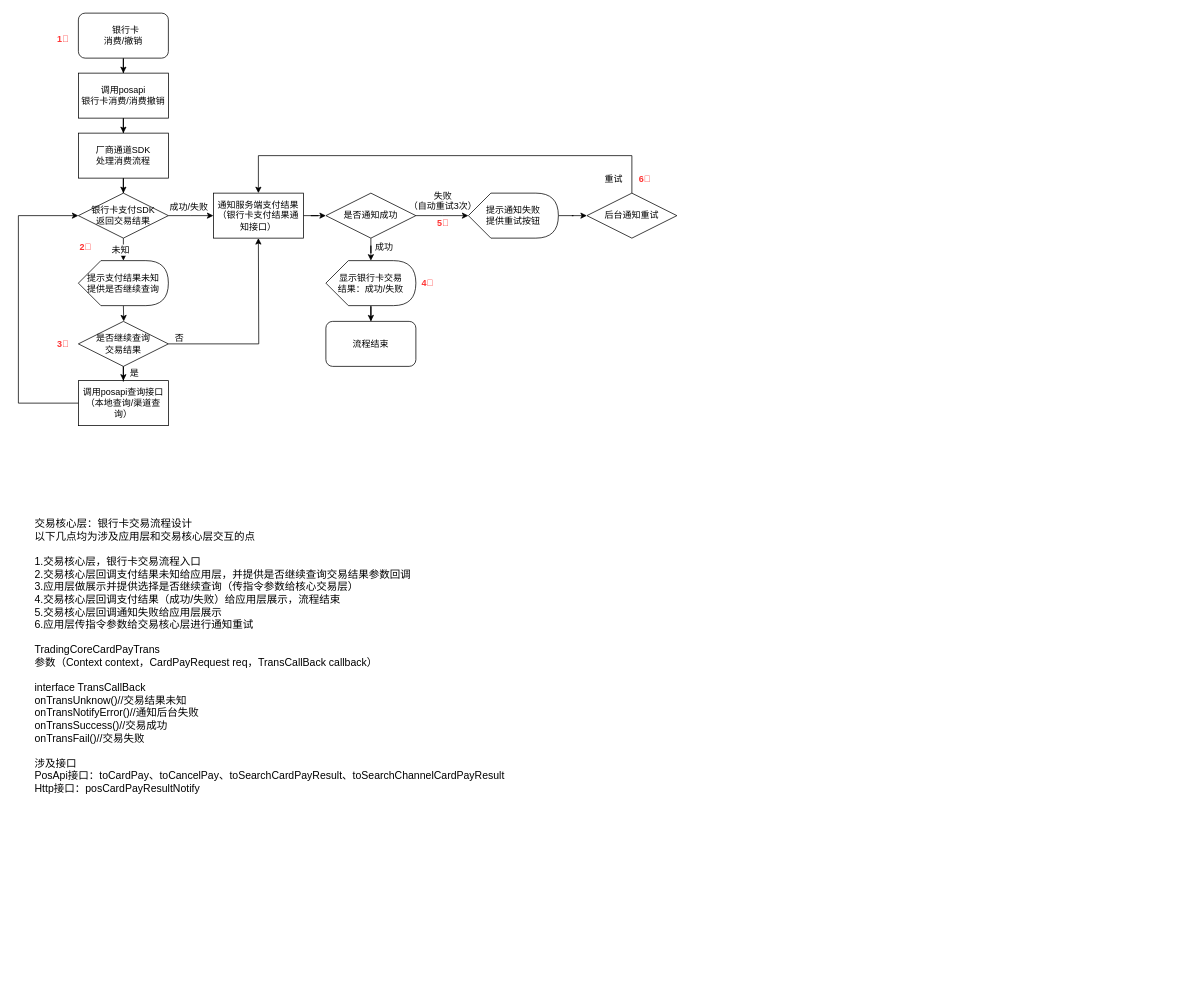
The draw.io diagram 银行卡交易流程.drawio in BigKarel/mind, before the edit. Source tidied: cells renumbered, new cells numbered last; positions are measured from the earlier drawing's top-left corner, leaving out a move shared by most shapes. Both pictures are drawn from the tidied source at 75%, with x=0, y=0 at pixel (18, 13).
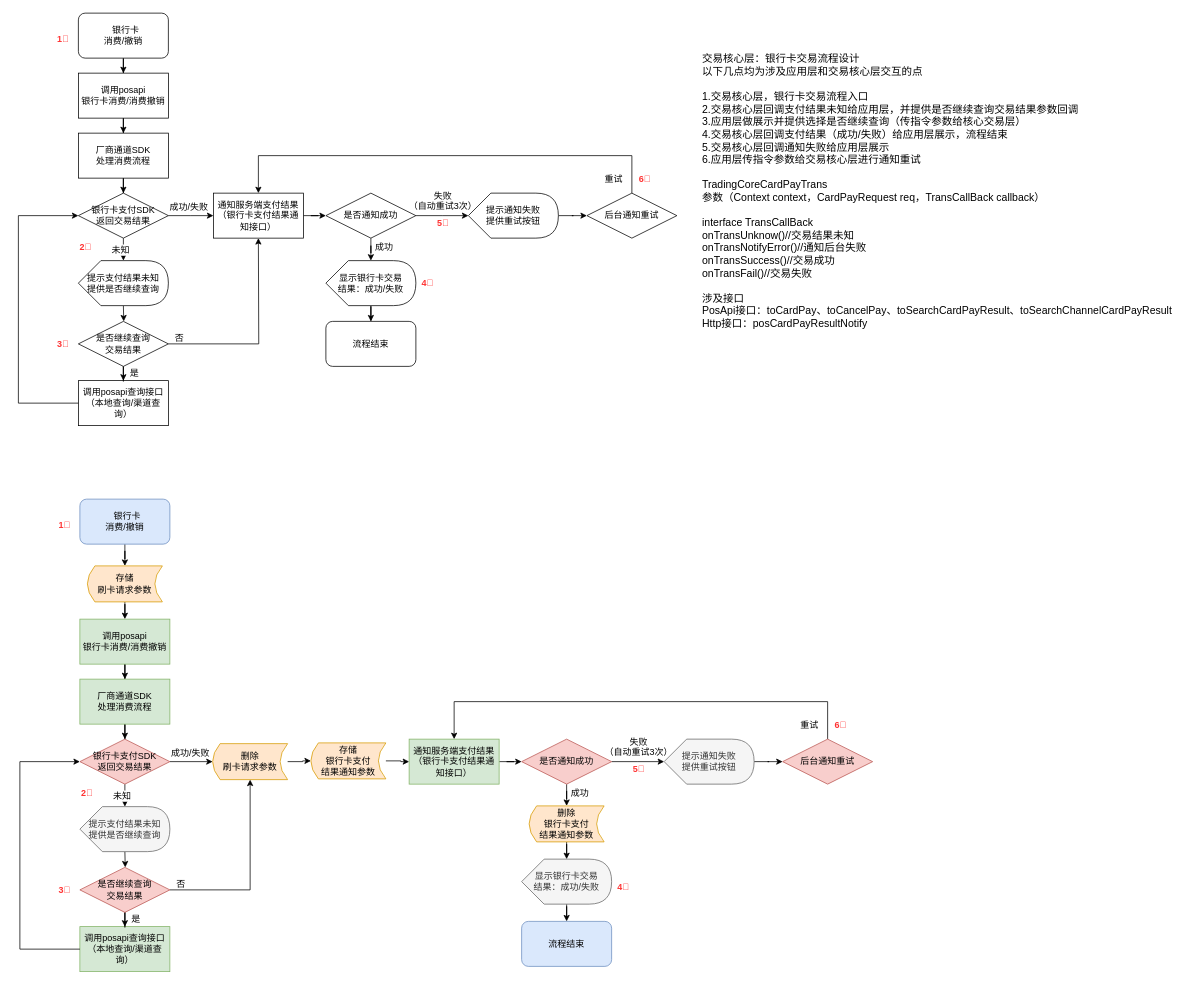
The same page after the edit.

Commit message:
Update 银行卡交易流程.drawio

The edit, as a diff of the source:
```diff
@@
-    <mxCell id="34" value="交易核心层：银行卡交易流程设计&amp;nbsp; &amp;nbsp; &amp;nbsp; &amp;nbsp; &amp;nbsp; &amp;nbsp; &amp;nbsp; &amp;nbsp; &amp;nbsp; &amp;nbsp; &amp;nbsp; &amp;nbsp; &amp;nbsp; &amp;nbsp; &amp;nbsp; &amp;nbsp; &amp;nbsp; &amp;nbsp; &amp;nbsp; &amp;nbsp; &amp;nbsp; &amp;nbsp; &amp;nbsp; &amp;nbsp; &amp;nbsp; &amp;nbsp; &amp;nbsp; &amp;nbsp; &amp;nbsp; &amp;nbsp; &amp;nbsp; &amp;nbsp; &amp;nbsp; &amp;nbsp; &amp;nbsp; &amp;nbsp; &amp;nbsp; &amp;nbsp; &amp;nbsp; &amp;nbsp; &amp;nbsp; &amp;nbsp; &amp;nbsp; &amp;nbsp; &amp;nbsp; &amp;nbsp;&amp;nbsp;&lt;br style=&quot;font-size: 14px&quot;&gt;以下几点均为涉及应用层和交易核心层交互的点&lt;br style=&quot;font-size: 14px&quot;&gt;&lt;br style=&quot;font-size: 14px&quot;&gt;1.交易核心层，银行卡交易流程入口&lt;br style=&quot;font-size: 14px&quot;&gt;2.交易核心层回调支付结果未知给应用层，并提供是否继续查询交易结果参数回调&lt;br style=&quot;font-size: 14px&quot;&gt;3.应用层做展示并提供选择是否继续查询（传指令参数给核心交易层）&lt;br style=&quot;font-size: 14px&quot;&gt;4.交易核心层回调支付结果（成功/失败）给应用层展示，流程结束&lt;br style=&quot;font-size: 14px&quot;&gt;5.交易核心层回调通知失败给应用层展示&lt;br style=&quot;font-size: 14px&quot;&gt;6.应用层传指令参数给交易核心层进行通知重试&lt;br&gt;&lt;br&gt;TradingCoreCardPayTrans&lt;br&gt;参数（Context context，CardPayRequest req，TransCallBack callback）&lt;br&gt;&lt;br&gt;interface TransCallBack&lt;br&gt;onTransUnknow()//交易结果未知&lt;br&gt;onTransNotifyError()//通知后台失败&lt;br&gt;onTransSuccess()//交易成功&lt;br&gt;onTransFail()//交易失败&lt;br&gt;&lt;br&gt;涉及接口&lt;br&gt;PosApi接口：&lt;span&gt;toCardPay、&lt;/span&gt;&lt;span&gt;toCancelPay、&lt;/span&gt;&lt;span&gt;toSearchCardPayResult、&lt;/span&gt;&lt;span&gt;toSearchChannelCardPayResult&lt;br&gt;&lt;/span&gt;Http接口：&lt;span&gt;posCardPayResultNotify&lt;br&gt;&lt;/span&gt;&lt;br&gt;&lt;br&gt;&lt;br&gt;&lt;br&gt;&lt;br&gt;&lt;br&gt;&lt;br&gt;&lt;br&gt;&lt;br&gt;" style="text;html=1;align=left;verticalAlign=top;spacingTop=-4;fontSize=14;" parent="1" vertex="1">
-      <mxGeometry x="20" y="670" width="640" height="530" as="geometry" />
+    <mxCell id="34" value="交易核心层：银行卡交易流程设计&amp;nbsp; &amp;nbsp; &amp;nbsp; &amp;nbsp; &amp;nbsp; &amp;nbsp; &amp;nbsp; &amp;nbsp; &amp;nbsp; &amp;nbsp; &amp;nbsp; &amp;nbsp; &amp;nbsp; &amp;nbsp; &amp;nbsp; &amp;nbsp; &amp;nbsp; &amp;nbsp; &amp;nbsp; &amp;nbsp; &amp;nbsp; &amp;nbsp; &amp;nbsp; &amp;nbsp; &amp;nbsp; &amp;nbsp; &amp;nbsp; &amp;nbsp; &amp;nbsp; &amp;nbsp; &amp;nbsp; &amp;nbsp; &amp;nbsp; &amp;nbsp; &amp;nbsp; &amp;nbsp; &amp;nbsp; &amp;nbsp; &amp;nbsp; &amp;nbsp; &amp;nbsp; &amp;nbsp; &amp;nbsp; &amp;nbsp; &amp;nbsp; &amp;nbsp;&amp;nbsp;&lt;br style=&quot;font-size: 14px&quot;&gt;以下几点均为涉及应用层和交易核心层交互的点&lt;br style=&quot;font-size: 14px&quot;&gt;&lt;br style=&quot;font-size: 14px&quot;&gt;1.交易核心层，银行卡交易流程入口&lt;br style=&quot;font-size: 14px&quot;&gt;2.交易核心层回调支付结果未知给应用层，并提供是否继续查询交易结果参数回调&lt;br style=&quot;font-size: 14px&quot;&gt;3.应用层做展示并提供选择是否继续查询（传指令参数给核心交易层）&lt;br style=&quot;font-size: 14px&quot;&gt;4.交易核心层回调支付结果（成功/失败）给应用层展示，流程结束&lt;br style=&quot;font-size: 14px&quot;&gt;5.交易核心层回调通知失败给应用层展示&lt;br style=&quot;font-size: 14px&quot;&gt;6.应用层传指令参数给交易核心层进行通知重试&lt;br&gt;&lt;br&gt;TradingCoreCardPayTrans&lt;br&gt;参数（Context context，CardPayRequest req，TransCallBack callback）&lt;br&gt;&lt;br&gt;interface TransCallBack&lt;br&gt;onTransUnknow()//交易结果未知&lt;br&gt;onTransNotifyError()//通知后台失败&lt;br&gt;onTransSuccess()//交易成功&lt;br&gt;onTransFail()//交易失败&lt;br&gt;&lt;br&gt;涉及接口&lt;br&gt;PosApi接口：&lt;span&gt;toCardPay、&lt;/span&gt;&lt;span&gt;toCancelPay、&lt;/span&gt;&lt;span&gt;toSearchCardPayResult、&lt;/span&gt;&lt;span&gt;toSearchChannelCardPayResult&lt;br&gt;&lt;/span&gt;Http接口：&lt;span&gt;posCardPayResultNotify&lt;br&gt;&lt;/span&gt;&lt;br&gt;&lt;br&gt;&lt;br&gt;" style="text;html=1;align=left;verticalAlign=top;spacingTop=-4;fontSize=14;" parent="1" vertex="1">
+      <mxGeometry x="910" y="50" width="640" height="430" as="geometry" />
     </mxCell>
@@
+    <mxCell id="44" style="edgeStyle=orthogonalEdgeStyle;rounded=0;jettySize=auto;html=1;" parent="1" edge="1" source="45" target="86">
+      <mxGeometry relative="1" as="geometry" />
+    </mxCell>
+    <mxCell id="45" value="&amp;nbsp; 银行卡&lt;br&gt;消费/撤销&lt;br&gt;" style="rounded=1;whiteSpace=wrap;html=1;fillColor=#dae8fc;strokeColor=#6c8ebf;" parent="1" vertex="1">
+      <mxGeometry x="82" y="648" width="120" height="60" as="geometry" />
+    </mxCell>
+    <mxCell id="46" style="edgeStyle=orthogonalEdgeStyle;rounded=0;jettySize=auto;html=1;" parent="1" edge="1" source="47" target="49">
+      <mxGeometry relative="1" as="geometry" />
+    </mxCell>
+    <mxCell id="47" value="调用posapi&lt;br&gt;银行卡消费/消费撤销&lt;br&gt;" style="rounded=0;whiteSpace=wrap;html=1;fillColor=#d5e8d4;strokeColor=#82b366;" parent="1" vertex="1">
+      <mxGeometry x="82" y="808" width="120" height="60" as="geometry" />
+    </mxCell>
+    <mxCell id="48" style="edgeStyle=orthogonalEdgeStyle;rounded=0;jettySize=auto;html=1;" parent="1" edge="1" source="49" target="53">
+      <mxGeometry relative="1" as="geometry" />
+    </mxCell>
+    <mxCell id="49" value="厂商通道SDK&lt;br&gt;处理消费流程" style="rounded=0;whiteSpace=wrap;html=1;fillColor=#d5e8d4;strokeColor=#82b366;" parent="1" vertex="1">
+      <mxGeometry x="82" y="888" width="120" height="60" as="geometry" />
+    </mxCell>
+    <mxCell id="50" style="edgeStyle=orthogonalEdgeStyle;rounded=0;jettySize=auto;html=1;" parent="1" edge="1" source="53">
+      <mxGeometry relative="1" as="geometry">
+        <mxPoint x="142" y="1058" as="targetPoint" />
+      </mxGeometry>
+    </mxCell>
+    <mxCell id="51" value="未知" style="text;html=1;align=center;verticalAlign=middle;labelBackgroundColor=#ffffff;" parent="50" vertex="1">
+      <mxGeometry x="0.07" y="5" relative="1" as="geometry">
+        <mxPoint x="-10" y="-1" as="offset" />
+      </mxGeometry>
+    </mxCell>
+    <mxCell id="52" style="edgeStyle=orthogonalEdgeStyle;rounded=0;jettySize=auto;html=1;entryX=0;entryY=0.5;entryDx=0;entryDy=0;" parent="1" edge="1" source="53" target="88">
+      <mxGeometry relative="1" as="geometry" />
+    </mxCell>
+    <mxCell id="53" value="银行卡支付SDK&lt;br&gt;返回交易结果&lt;br&gt;" style="rhombus;whiteSpace=wrap;html=1;fillColor=#f8cecc;strokeColor=#b85450;" parent="1" vertex="1">
+      <mxGeometry x="82" y="968" width="120" height="60" as="geometry" />
+    </mxCell>
+    <mxCell id="54" value="调用posapi查询接口&lt;br&gt;（本地查询/渠道查询）&lt;br&gt;" style="rounded=0;whiteSpace=wrap;html=1;fillColor=#d5e8d4;strokeColor=#82b366;" parent="1" vertex="1">
+      <mxGeometry x="82" y="1218" width="120" height="60" as="geometry" />
+    </mxCell>
+    <mxCell id="55" style="edgeStyle=orthogonalEdgeStyle;rounded=0;jettySize=auto;html=1;" parent="1" edge="1" target="59">
+      <mxGeometry relative="1" as="geometry">
+        <mxPoint x="142" y="1118" as="sourcePoint" />
+      </mxGeometry>
+    </mxCell>
+    <mxCell id="56" style="edgeStyle=orthogonalEdgeStyle;rounded=0;jettySize=auto;html=1;entryX=0.5;entryY=1;entryDx=0;entryDy=0;" parent="1" edge="1" source="59" target="88">
+      <mxGeometry relative="1" as="geometry" />
+    </mxCell>
+    <mxCell id="57" style="edgeStyle=orthogonalEdgeStyle;rounded=0;jettySize=auto;html=1;entryX=0;entryY=0.5;entryDx=0;entryDy=0;exitX=0;exitY=0.5;exitDx=0;exitDy=0;" parent="1" edge="1" source="54" target="53">
+      <mxGeometry relative="1" as="geometry">
+        <Array as="points">
+          <mxPoint x="2" y="1248" />
+          <mxPoint x="2" y="998" />
+        </Array>
+      </mxGeometry>
+    </mxCell>
+    <mxCell id="58" style="edgeStyle=orthogonalEdgeStyle;rounded=0;jettySize=auto;html=1;" parent="1" edge="1" source="59" target="54">
+      <mxGeometry relative="1" as="geometry" />
+    </mxCell>
+    <mxCell id="59" value="是否继续查询&lt;br&gt;交易结果&lt;br&gt;" style="rhombus;whiteSpace=wrap;html=1;fillColor=#f8cecc;strokeColor=#b85450;" parent="1" vertex="1">
+      <mxGeometry x="82" y="1139" width="120" height="60" as="geometry" />
+    </mxCell>
+    <mxCell id="60" value="否" style="text;html=1;align=left;verticalAlign=top;spacingTop=-4;" parent="1" vertex="1">
+      <mxGeometry x="209" y="1151" width="30" height="20" as="geometry" />
+    </mxCell>
+    <mxCell id="61" value="是" style="text;html=1;align=left;verticalAlign=top;spacingTop=-4;" parent="1" vertex="1">
+      <mxGeometry x="149" y="1198" width="30" height="20" as="geometry" />
+    </mxCell>
+    <mxCell id="62" value="&lt;span&gt;提示支付结果未知&lt;/span&gt;&lt;br&gt;&lt;span&gt;提供是否继续查询&lt;/span&gt;&lt;span&gt;&lt;br&gt;&lt;/span&gt;" style="shape=display;whiteSpace=wrap;html=1;fillColor=#f5f5f5;strokeColor=#666666;fontColor=#333333;" parent="1" vertex="1">
+      <mxGeometry x="82" y="1058" width="120" height="60" as="geometry" />
+    </mxCell>
+    <mxCell id="63" value="成功/失败" style="text;html=1;align=left;verticalAlign=top;spacingTop=-4;" parent="1" vertex="1">
+      <mxGeometry x="202" y="977" width="70" height="20" as="geometry" />
+    </mxCell>
+    <mxCell id="64" style="edgeStyle=orthogonalEdgeStyle;rounded=0;jettySize=auto;html=1;" parent="1" edge="1" source="66">
+      <mxGeometry relative="1" as="geometry">
+        <mxPoint x="861" y="998" as="targetPoint" />
+      </mxGeometry>
+    </mxCell>
+    <mxCell id="65" style="edgeStyle=orthogonalEdgeStyle;rounded=0;jettySize=auto;html=1;" parent="1" edge="1" source="66" target="92">
+      <mxGeometry relative="1" as="geometry" />
+    </mxCell>
+    <mxCell id="66" value="是否通知成功" style="rhombus;whiteSpace=wrap;html=1;fillColor=#f8cecc;strokeColor=#b85450;" parent="1" vertex="1">
+      <mxGeometry x="671" y="968" width="120" height="60" as="geometry" />
+    </mxCell>
+    <mxCell id="67" value="成功" style="text;html=1;align=left;verticalAlign=top;spacingTop=-4;" parent="1" vertex="1">
+      <mxGeometry x="735" y="1030" width="40" height="20" as="geometry" />
+    </mxCell>
+    <mxCell id="68" style="edgeStyle=orthogonalEdgeStyle;rounded=0;jettySize=auto;html=1;" parent="1" edge="1" source="69" target="66">
+      <mxGeometry relative="1" as="geometry" />
+    </mxCell>
+    <mxCell id="69" value="通知服务端支付结果（银行卡支付结果通知接口）" style="rounded=0;whiteSpace=wrap;html=1;fillColor=#d5e8d4;strokeColor=#82b366;" parent="1" vertex="1">
+      <mxGeometry x="521" y="968" width="120" height="60" as="geometry" />
+    </mxCell>
+    <mxCell id="70" value="失败&lt;br&gt;（自动重试3次）" style="text;html=1;align=center;verticalAlign=top;spacingTop=-4;" parent="1" vertex="1">
+      <mxGeometry x="772" y="962" width="110" height="30" as="geometry" />
+    </mxCell>
+    <mxCell id="71" style="edgeStyle=orthogonalEdgeStyle;rounded=0;jettySize=auto;html=1;" parent="1" edge="1" source="72" target="73">
+      <mxGeometry relative="1" as="geometry" />
+    </mxCell>
+    <mxCell id="72" value="显示银行卡交易&lt;br&gt;结果：成功/失败&lt;span&gt;&lt;br&gt;&lt;/span&gt;" style="shape=display;whiteSpace=wrap;html=1;fillColor=#f5f5f5;strokeColor=#666666;fontColor=#333333;" parent="1" vertex="1">
+      <mxGeometry x="671" y="1128" width="120" height="60" as="geometry" />
+    </mxCell>
+    <mxCell id="73" value="流程结束&lt;br&gt;" style="rounded=1;whiteSpace=wrap;html=1;fillColor=#dae8fc;strokeColor=#6c8ebf;" parent="1" vertex="1">
+      <mxGeometry x="671" y="1211" width="120" height="60" as="geometry" />
+    </mxCell>
+    <mxCell id="74" value="&lt;b&gt;&lt;font color=&quot;#ff3333&quot;&gt;1⃣️&lt;br&gt;&lt;/font&gt;&lt;/b&gt;" style="text;html=1;align=left;verticalAlign=top;spacingTop=-4;" parent="1" vertex="1">
+      <mxGeometry x="52" y="673" width="30" height="20" as="geometry" />
+    </mxCell>
+    <mxCell id="75" value="&lt;b&gt;&lt;font color=&quot;#ff3333&quot;&gt;2⃣️&lt;/font&gt;&lt;/b&gt;" style="text;html=1;align=left;verticalAlign=top;spacingTop=-4;" parent="1" vertex="1">
+      <mxGeometry x="82" y="1030" width="30" height="20" as="geometry" />
+    </mxCell>
+    <mxCell id="76" value="&lt;b&gt;&lt;font color=&quot;#ff3333&quot;&gt;3⃣️&lt;/font&gt;&lt;/b&gt;" style="text;html=1;align=left;verticalAlign=top;spacingTop=-4;" parent="1" vertex="1">
+      <mxGeometry x="52" y="1159" width="30" height="20" as="geometry" />
+    </mxCell>
+    <mxCell id="77" value="&lt;b&gt;&lt;font color=&quot;#ff3333&quot;&gt;4⃣️&lt;/font&gt;&lt;/b&gt;" style="text;html=1;align=left;verticalAlign=top;spacingTop=-4;" parent="1" vertex="1">
+      <mxGeometry x="797" y="1155" width="30" height="20" as="geometry" />
+    </mxCell>
+    <mxCell id="78" style="edgeStyle=orthogonalEdgeStyle;rounded=0;jettySize=auto;html=1;" parent="1" edge="1" source="79" target="82">
+      <mxGeometry relative="1" as="geometry" />
+    </mxCell>
+    <mxCell id="79" value="&lt;span&gt;提示通知失败&lt;br&gt;&lt;/span&gt;&lt;span&gt;提供重试按钮&lt;br&gt;&lt;/span&gt;" style="shape=display;whiteSpace=wrap;html=1;fillColor=#f5f5f5;strokeColor=#666666;fontColor=#333333;" parent="1" vertex="1">
+      <mxGeometry x="861" y="968" width="120" height="60" as="geometry" />
+    </mxCell>
+    <mxCell id="80" value="&lt;font color=&quot;#ff3333&quot;&gt;&lt;b&gt;5⃣️&lt;/b&gt;&lt;/font&gt;" style="text;html=1;align=center;verticalAlign=top;spacingTop=-4;" parent="1" vertex="1">
+      <mxGeometry x="812" y="998" width="30" height="20" as="geometry" />
+    </mxCell>
+    <mxCell id="81" style="edgeStyle=orthogonalEdgeStyle;rounded=0;jettySize=auto;html=1;entryX=0.5;entryY=0;entryDx=0;entryDy=0;" parent="1" edge="1" source="82" target="69">
+      <mxGeometry relative="1" as="geometry">
+        <Array as="points">
+          <mxPoint x="1079" y="918" />
+          <mxPoint x="581" y="918" />
+        </Array>
+      </mxGeometry>
+    </mxCell>
+    <mxCell id="82" value="后台通知重试" style="rhombus;whiteSpace=wrap;html=1;fillColor=#f8cecc;strokeColor=#b85450;" parent="1" vertex="1">
+      <mxGeometry x="1019" y="968" width="120" height="60" as="geometry" />
+    </mxCell>
+    <mxCell id="83" value="重试" style="text;html=1;align=left;verticalAlign=top;spacingTop=-4;" parent="1" vertex="1">
+      <mxGeometry x="1041" y="939" width="40" height="20" as="geometry" />
+    </mxCell>
+    <mxCell id="84" value="&lt;font color=&quot;#ff3333&quot;&gt;&lt;b&gt;6⃣️&lt;/b&gt;&lt;/font&gt;" style="text;html=1;align=center;verticalAlign=top;spacingTop=-4;" parent="1" vertex="1">
+      <mxGeometry x="1081" y="939" width="30" height="20" as="geometry" />
+    </mxCell>
+    <mxCell id="85" style="edgeStyle=orthogonalEdgeStyle;rounded=0;jettySize=auto;html=1;" parent="1" edge="1" source="86" target="47">
+      <mxGeometry relative="1" as="geometry" />
+    </mxCell>
+    <mxCell id="86" value="存储&lt;br&gt;&lt;span&gt;刷卡请求参数&lt;/span&gt;" style="shape=dataStorage;whiteSpace=wrap;html=1;fillColor=#ffe6cc;strokeColor=#d79b00;" parent="1" vertex="1">
+      <mxGeometry x="92" y="737" width="100" height="48" as="geometry" />
+    </mxCell>
+    <mxCell id="87" style="edgeStyle=orthogonalEdgeStyle;rounded=0;jettySize=auto;html=1;" parent="1" edge="1" source="88" target="90">
+      <mxGeometry relative="1" as="geometry" />
+    </mxCell>
+    <mxCell id="88" value="删除&lt;br&gt;&lt;span&gt;刷卡请求参数&lt;/span&gt;" style="shape=dataStorage;whiteSpace=wrap;html=1;fillColor=#ffe6cc;strokeColor=#d79b00;" parent="1" vertex="1">
+      <mxGeometry x="259" y="974" width="100" height="48" as="geometry" />
+    </mxCell>
+    <mxCell id="89" style="edgeStyle=orthogonalEdgeStyle;rounded=0;jettySize=auto;html=1;" parent="1" edge="1" source="90" target="69">
+      <mxGeometry relative="1" as="geometry" />
+    </mxCell>
+    <mxCell id="90" value="存储&lt;br&gt;&lt;div&gt;银行卡支付&lt;/div&gt;&lt;div&gt;结果&lt;span&gt;通知参数&lt;/span&gt;&lt;/div&gt;" style="shape=dataStorage;whiteSpace=wrap;html=1;fillColor=#ffe6cc;strokeColor=#d79b00;" parent="1" vertex="1">
+      <mxGeometry x="390" y="973" width="100" height="48" as="geometry" />
+    </mxCell>
+    <mxCell id="91" style="edgeStyle=orthogonalEdgeStyle;rounded=0;jettySize=auto;html=1;" parent="1" edge="1" source="92" target="72">
+      <mxGeometry relative="1" as="geometry" />
+    </mxCell>
+    <mxCell id="92" value="删除&lt;br&gt;&lt;div&gt;银行卡支付&lt;/div&gt;&lt;div&gt;结果&lt;span&gt;通知参数&lt;/span&gt;&lt;/div&gt;" style="shape=dataStorage;whiteSpace=wrap;html=1;fillColor=#ffe6cc;strokeColor=#d79b00;" parent="1" vertex="1">
+      <mxGeometry x="681" y="1057" width="100" height="48" as="geometry" />
+    </mxCell>
```
